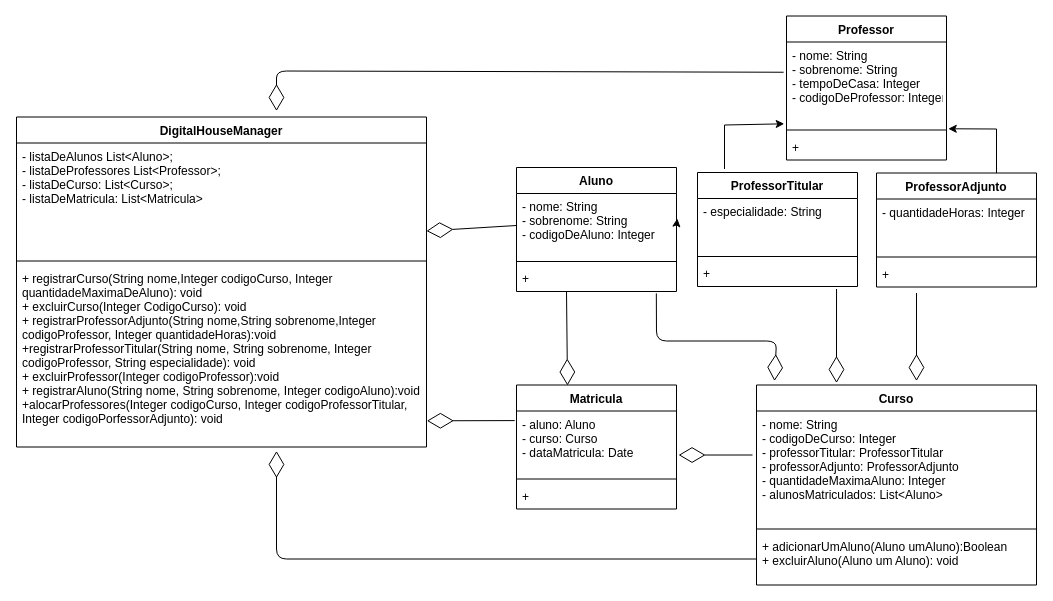
Andrearibas/ExercicioEntregavel keeps this draw.io diagram as Diagrama Exercicio Entregavel.drawio. Above is the earlier version. Source tidied: cells renumbered, new cells numbered last; positions are measured from the earlier drawing's top-left corner, leaving out a move shared by most shapes. Both pictures are drawn from the tidied source at 100%, with x=0, y=0 at pixel (16, 15).
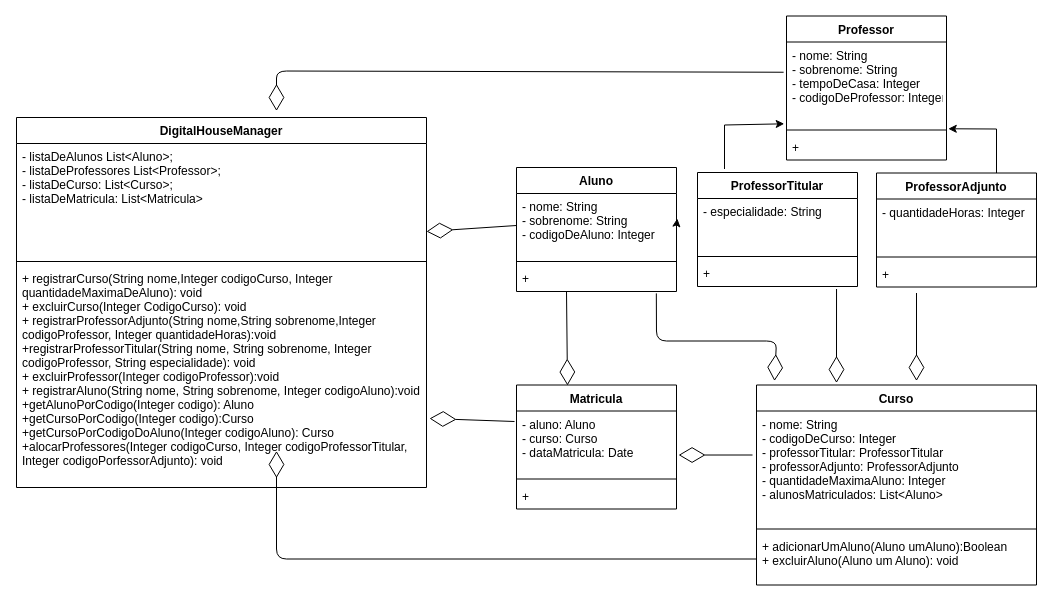
After the change.

The change refers to these unchanged cells:
```xml
<mxCell id="24" value="- aluno: Aluno&#10;- curso: Curso&#10;- dataMatricula: Date&#10;" style="text;strokeColor=none;fillColor=none;align=left;verticalAlign=top;spacingLeft=4;spacingRight=4;overflow=hidden;points=[[0,0.5],[1,0.5]];portConstraint=eastwest;" parent="23" vertex="1">
  <mxGeometry y="26" width="160" height="64" as="geometry" />
</mxCell>
```

Diff of the diagram source:
```diff
@@
     <mxCell id="27" value="DigitalHouseManager" style="swimlane;fontStyle=1;align=center;verticalAlign=top;horizontal=1;startSize=26;" parent="1" vertex="1">
-      <mxGeometry y="101.5" width="410" height="330" as="geometry" />
+      <mxGeometry y="102" width="410" height="370" as="geometry" />
     </mxCell>
@@
-    <mxCell id="31" value="+ registrarCurso(String nome,Integer codigoCurso, Integer &#10;quantidadeMaximaDeAluno): void&#10;+ excluirCurso(Integer CodigoCurso): void&#10;+ registrarProfessorAdjunto(String nome,String sobrenome,Integer &#10;codigoProfessor, Integer quantidadeHoras):void&#10;+registrarProfessorTitular(String nome, String sobrenome, Integer &#10;codigoProfessor, String especialidade): void&#10;+ excluirProfessor(Integer codigoProfessor):void&#10;+ registrarAluno(String nome, String sobrenome, Integer codigoAluno):void&#10;+alocarProfessores(Integer codigoCurso, Integer codigoProfessorTitular, &#10;Integer codigoPorfessorAdjunto): void&#10; " style="text;strokeColor=none;fillColor=none;align=left;verticalAlign=top;spacingLeft=4;spacingRight=4;overflow=hidden;points=[[0,0.5],[1,0.5]];portConstraint=eastwest;" parent="27" vertex="1">
-      <mxGeometry y="148" width="410" height="182" as="geometry" />
+    <mxCell id="31" value="+ registrarCurso(String nome,Integer codigoCurso, Integer &#10;quantidadeMaximaDeAluno): void&#10;+ excluirCurso(Integer CodigoCurso): void&#10;+ registrarProfessorAdjunto(String nome,String sobrenome,Integer &#10;codigoProfessor, Integer quantidadeHoras):void&#10;+registrarProfessorTitular(String nome, String sobrenome, Integer &#10;codigoProfessor, String especialidade): void&#10;+ excluirProfessor(Integer codigoProfessor):void&#10;+ registrarAluno(String nome, String sobrenome, Integer codigoAluno):void&#10;+getAlunoPorCodigo(Integer codigo): Aluno&#10;+getCursoPorCodigo(Integer codigo):Curso&#10;+getCursoPorCodigoDoAluno(Integer codigoAluno): Curso&#10;+alocarProfessores(Integer codigoCurso, Integer codigoProfessorTitular, &#10;Integer codigoPorfessorAdjunto): void&#10;" style="text;strokeColor=none;fillColor=none;align=left;verticalAlign=top;spacingLeft=4;spacingRight=4;overflow=hidden;points=[[0,0.5],[1,0.5]];portConstraint=eastwest;" parent="27" vertex="1">
+      <mxGeometry y="148" width="410" height="222" as="geometry" />
     </mxCell>
@@
-    <mxCell id="39" style="endArrow=diamondThin;endFill=0;endSize=24;html=1;exitX=-0.011;exitY=0.15;exitDx=0;exitDy=0;exitPerimeter=0;entryX=1.001;entryY=0.856;entryDx=0;entryDy=0;entryPerimeter=0;" parent="1" edge="1" source="24" target="31">
-      <mxGeometry relative="1" as="geometry" />
+    <mxCell id="39" style="endArrow=diamondThin;endFill=0;endSize=24;html=1;exitX=-0.011;exitY=0.15;exitDx=0;exitDy=0;exitPerimeter=0;" parent="1" edge="1">
+      <mxGeometry relative="1" as="geometry">
+        <mxPoint x="498" y="406" as="sourcePoint" />
+        <mxPoint x="413" y="403" as="targetPoint" />
+      </mxGeometry>
     </mxCell>
```
